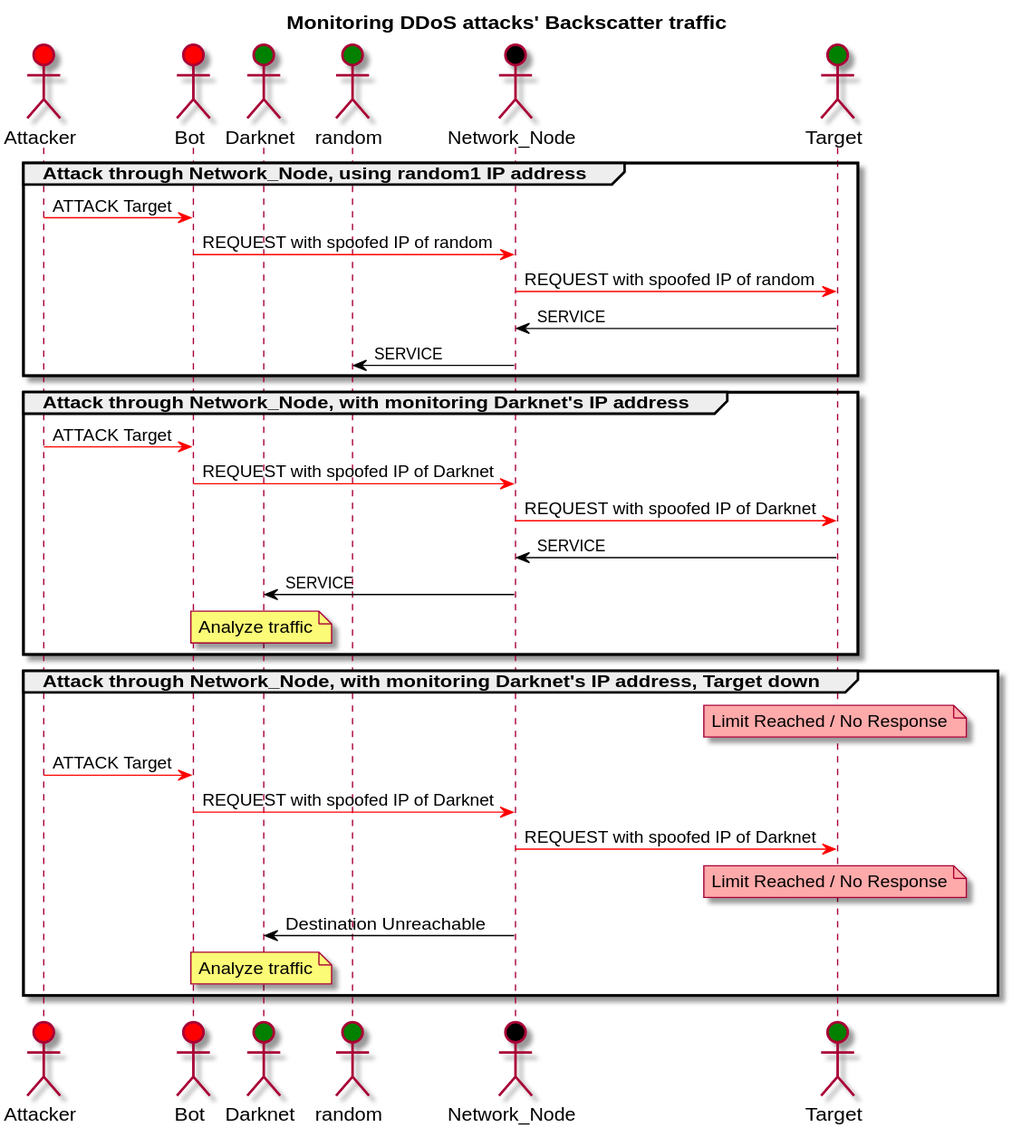
D4-project/d4-website keeps this PlantUML diagram as assets/images/backscatter.svg. Above is the earlier version.
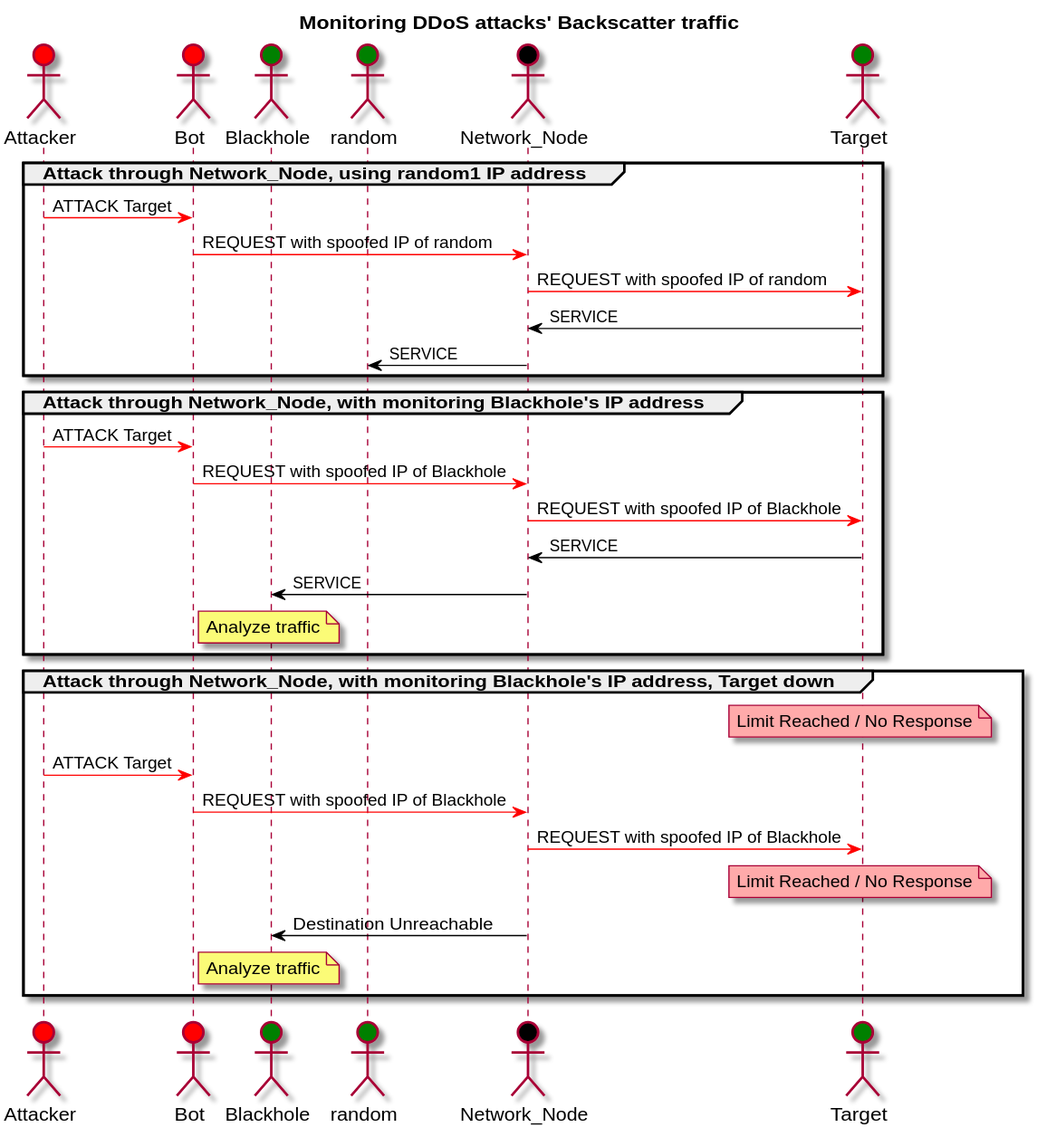
Later version of the same file.

Commit message:
add: [blogpost] review - typos

The edit, as a diff of the source:
```diff
@@ -3,7 +3,7 @@
 title Monitoring DDoS attacks' Backscatter traffic
 actor Attacker #Red
 actor Bot #Red
-actor Darknet#Green
+actor Blackhole#Green
 actor random#Green
 actor Network_Node #Black
 actor Target#Green
@@ -15,20 +15,20 @@
 Network_Node <[#black]- Target : SERVICE
 random <[#black]- Network_Node : SERVICE
 end
-group Attack through Network_Node, with monitoring Darknet's IP address
+group Attack through Network_Node, with monitoring Blackhole's IP address
 Attacker -[#red]> Bot : ATTACK Target
-Bot -[#red]> Network_Node : REQUEST with spoofed IP of Darknet
-Network_Node -[#red]> Target : REQUEST with spoofed IP of Darknet
+Bot -[#red]> Network_Node : REQUEST with spoofed IP of Blackhole
+Network_Node -[#red]> Target : REQUEST with spoofed IP of Blackhole
 Network_Node <[#black]- Target : SERVICE
-Darknet <[#black]- Network_Node : SERVICE
-note over Darknet : Analyze traffic
+Blackhole <[#black]- Network_Node : SERVICE
+note over Blackhole : Analyze traffic
 end
-group Attack through Network_Node, with monitoring Darknet's IP address, Target down
+group Attack through Network_Node, with monitoring Blackhole's IP address, Target down
 note over Target #FFAAAA: Limit Reached / No Response
 Attacker -[#red]> Bot : ATTACK Target
-Bot -[#red]> Network_Node : REQUEST with spoofed IP of Darknet
-Network_Node -[#red]> Target : REQUEST with spoofed IP of Darknet
+Bot -[#red]> Network_Node : REQUEST with spoofed IP of Blackhole
+Network_Node -[#red]> Target : REQUEST with spoofed IP of Blackhole
 note over Target #FFAAAA: Limit Reached / No Response
-Darknet <[#black]- Network_Node : Destination Unreachable
-note over Darknet : Analyze traffic
+Blackhole <[#black]- Network_Node : Destination Unreachable
+note over Blackhole : Analyze traffic
 @enduml
```
